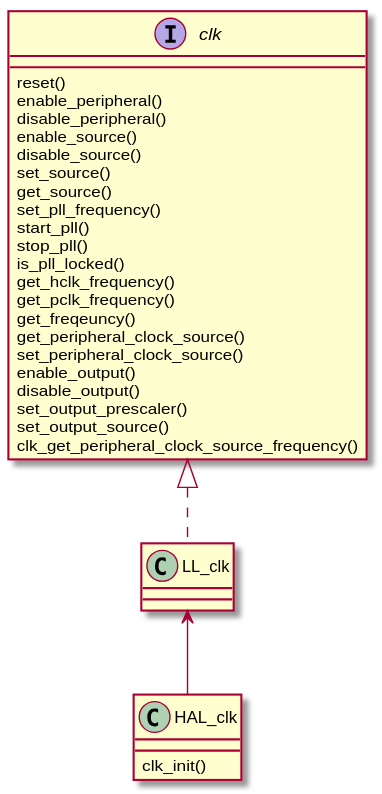
Above: docs/source/assets/images/clk.svg in onkwon/halmcu (PlantUML), before the change.
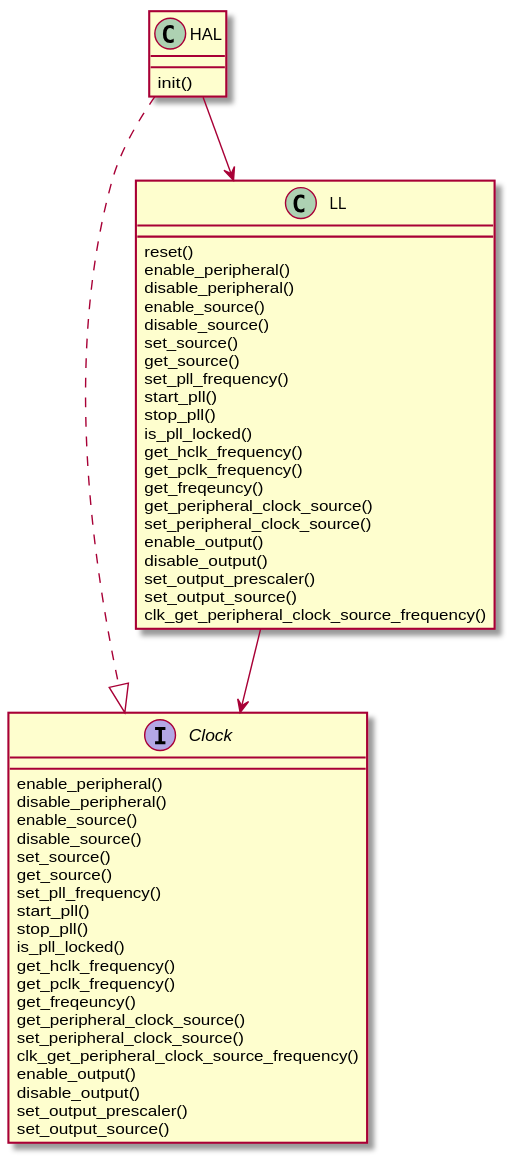
Above is the later version.

The edit, as a diff of the source:
```diff
@@ -1,5 +1,28 @@
 @startuml
-interface clk {
+interface Clock {
+	enable_peripheral()
+	disable_peripheral()
+	enable_source()
+	disable_source()
+	set_source()
+	get_source()
+	set_pll_frequency()
+	start_pll()
+	stop_pll()
+	is_pll_locked()
+	get_hclk_frequency()
+	get_pclk_frequency()
+	get_freqeuncy()
+	get_peripheral_clock_source()
+	set_peripheral_clock_source()
+	clk_get_peripheral_clock_source_frequency()
+	enable_output()
+	disable_output()
+	set_output_prescaler()
+	set_output_source()
+}
+
+class LL {
 	reset()
 	enable_peripheral()
 	disable_peripheral()
@@ -23,13 +46,11 @@
 	clk_get_peripheral_clock_source_frequency()
 }
 
-class LL_clk {
+class HAL {
+	init()
 }
 
-class HAL_clk {
-	clk_init()
-}
-
-clk <|.. LL_clk
-LL_clk <-- HAL_clk
+HAL ..|> Clock
+HAL --> LL
+LL --> Clock
 @enduml
```
